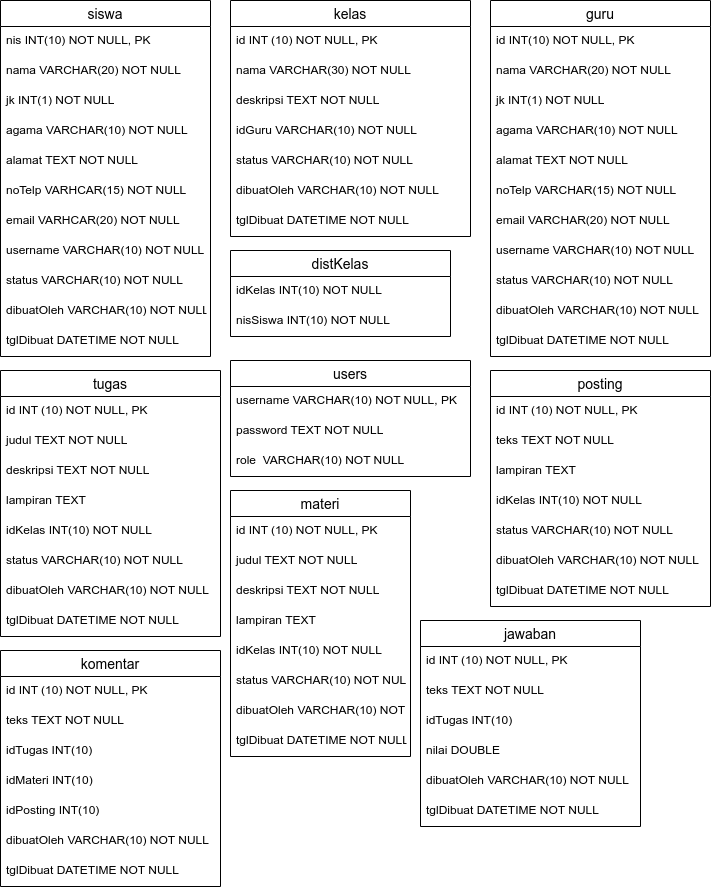
This is images/image6.png from versimalik/tutorialProjectSekolah, a draw.io export, as it was before one commit. Source tidied: cells renumbered, new cells last; positions are measured from the earlier drawing's top-left corner, leaving out a move shared by most shapes.
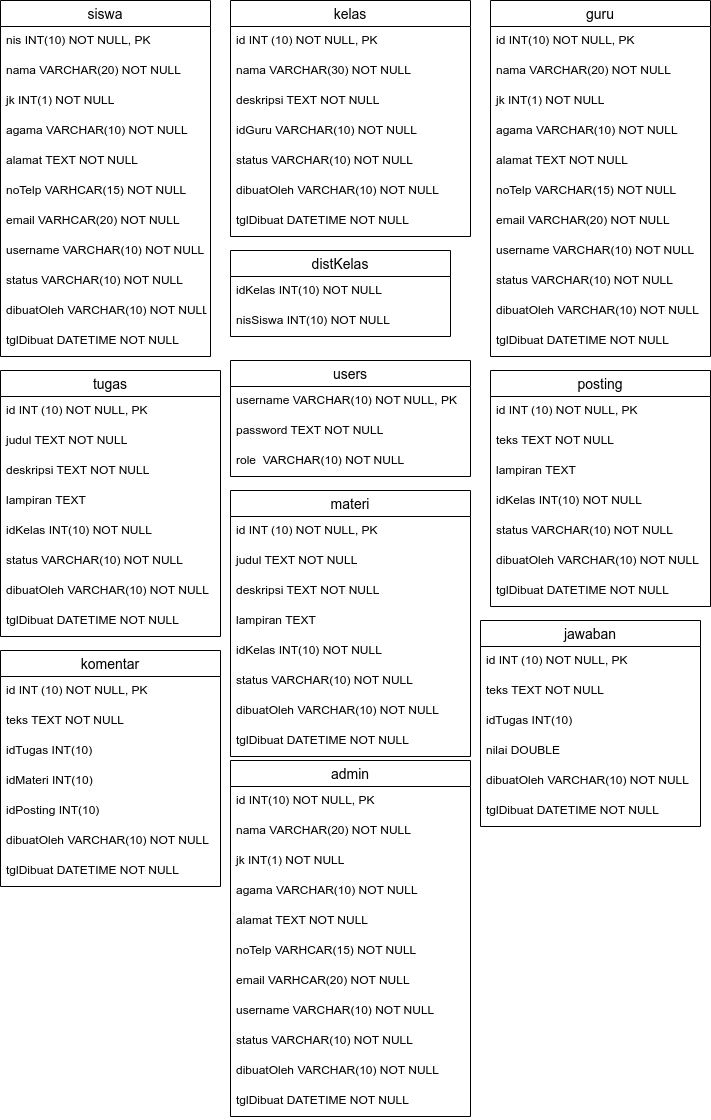
The same file after the commit.

Diff of the diagram source:
```diff
@@ -195,7 +195,7 @@
       <mxGeometry y="206" width="220" height="30" as="geometry" />
     </mxCell>
     <mxCell id="66" value="jawaban" style="swimlane;fontStyle=0;horizontal=1;startSize=26;align=center;fontSize=14;" parent="1" vertex="1">
-      <mxGeometry x="420" y="620" width="220" height="206" as="geometry" />
+      <mxGeometry x="480" y="620" width="220" height="206" as="geometry" />
     </mxCell>
     <mxCell id="67" value="id INT (10) NOT NULL, PK" style="text;strokeColor=none;fillColor=none;spacingLeft=4;spacingRight=4;overflow=hidden;fontSize=12;" parent="66" vertex="1">
       <mxGeometry y="26" width="220" height="30" as="geometry" />
@@ -216,31 +216,67 @@
       <mxGeometry y="176" width="220" height="30" as="geometry" />
     </mxCell>
     <mxCell id="73" value="materi" style="swimlane;fontStyle=0;horizontal=1;startSize=26;align=center;fontSize=14;" parent="1" vertex="1">
-      <mxGeometry x="230" y="490" width="180" height="266" as="geometry" />
+      <mxGeometry x="230" y="490" width="240" height="266" as="geometry" />
     </mxCell>
     <mxCell id="74" value="id INT (10) NOT NULL, PK" style="text;strokeColor=none;fillColor=none;spacingLeft=4;spacingRight=4;overflow=hidden;fontSize=12;" parent="73" vertex="1">
-      <mxGeometry y="26" width="180" height="30" as="geometry" />
+      <mxGeometry y="26" width="240" height="30" as="geometry" />
     </mxCell>
     <mxCell id="75" value="judul TEXT NOT NULL" style="text;strokeColor=none;fillColor=none;spacingLeft=4;spacingRight=4;overflow=hidden;fontSize=12;" parent="73" vertex="1">
-      <mxGeometry y="56" width="180" height="30" as="geometry" />
+      <mxGeometry y="56" width="240" height="30" as="geometry" />
     </mxCell>
     <mxCell id="76" value="deskripsi TEXT NOT NULL" style="text;strokeColor=none;fillColor=none;spacingLeft=4;spacingRight=4;overflow=hidden;fontSize=12;" parent="73" vertex="1">
-      <mxGeometry y="86" width="180" height="30" as="geometry" />
+      <mxGeometry y="86" width="240" height="30" as="geometry" />
     </mxCell>
     <mxCell id="77" value="lampiran TEXT" style="text;strokeColor=none;fillColor=none;spacingLeft=4;spacingRight=4;overflow=hidden;fontSize=12;" parent="73" vertex="1">
-      <mxGeometry y="116" width="180" height="30" as="geometry" />
+      <mxGeometry y="116" width="240" height="30" as="geometry" />
     </mxCell>
     <mxCell id="78" value="idKelas INT(10) NOT NULL" style="text;strokeColor=none;fillColor=none;spacingLeft=4;spacingRight=4;overflow=hidden;fontSize=12;" parent="73" vertex="1">
-      <mxGeometry y="146" width="180" height="30" as="geometry" />
+      <mxGeometry y="146" width="240" height="30" as="geometry" />
     </mxCell>
     <mxCell id="79" value="status VARCHAR(10) NOT NULL" style="text;strokeColor=none;fillColor=none;spacingLeft=4;spacingRight=4;overflow=hidden;fontSize=12;" parent="73" vertex="1">
-      <mxGeometry y="176" width="180" height="30" as="geometry" />
+      <mxGeometry y="176" width="240" height="30" as="geometry" />
     </mxCell>
     <mxCell id="80" value="dibuatOleh VARCHAR(10) NOT NULL" style="text;strokeColor=none;fillColor=none;spacingLeft=4;spacingRight=4;overflow=hidden;fontSize=12;" parent="73" vertex="1">
-      <mxGeometry y="206" width="180" height="30" as="geometry" />
+      <mxGeometry y="206" width="240" height="30" as="geometry" />
     </mxCell>
     <mxCell id="81" value="tglDibuat DATETIME NOT NULL" style="text;strokeColor=none;fillColor=none;spacingLeft=4;spacingRight=4;overflow=hidden;fontSize=12;" parent="73" vertex="1">
-      <mxGeometry y="236" width="180" height="30" as="geometry" />
+      <mxGeometry y="236" width="240" height="30" as="geometry" />
     </mxCell>
+    <mxCell id="82" value="admin" style="swimlane;fontStyle=0;horizontal=1;startSize=26;align=center;fontSize=14;" parent="1" vertex="1">
+      <mxGeometry x="230" y="760" width="240" height="356" as="geometry" />
+    </mxCell>
+    <mxCell id="83" value="id INT(10) NOT NULL, PK" style="text;strokeColor=none;fillColor=none;spacingLeft=4;spacingRight=4;overflow=hidden;fontSize=12;" parent="82" vertex="1">
+      <mxGeometry y="26" width="240" height="30" as="geometry" />
+    </mxCell>
+    <mxCell id="84" value="nama VARCHAR(20) NOT NULL" style="text;strokeColor=none;fillColor=none;spacingLeft=4;spacingRight=4;overflow=hidden;fontSize=12;" parent="82" vertex="1">
+      <mxGeometry y="56" width="240" height="30" as="geometry" />
+    </mxCell>
+    <mxCell id="85" value="jk INT(1) NOT NULL" style="text;strokeColor=none;fillColor=none;spacingLeft=4;spacingRight=4;overflow=hidden;fontSize=12;" parent="82" vertex="1">
+      <mxGeometry y="86" width="240" height="30" as="geometry" />
+    </mxCell>
+    <mxCell id="86" value="agama VARCHAR(10) NOT NULL" style="text;strokeColor=none;fillColor=none;spacingLeft=4;spacingRight=4;overflow=hidden;fontSize=12;" parent="82" vertex="1">
+      <mxGeometry y="116" width="240" height="30" as="geometry" />
+    </mxCell>
+    <mxCell id="87" value="alamat TEXT NOT NULL" style="text;strokeColor=none;fillColor=none;spacingLeft=4;spacingRight=4;overflow=hidden;fontSize=12;" parent="82" vertex="1">
+      <mxGeometry y="146" width="240" height="30" as="geometry" />
+    </mxCell>
+    <mxCell id="88" value="noTelp VARHCAR(15) NOT NULL" style="text;strokeColor=none;fillColor=none;spacingLeft=4;spacingRight=4;overflow=hidden;fontSize=12;" parent="82" vertex="1">
+      <mxGeometry y="176" width="240" height="30" as="geometry" />
+    </mxCell>
+    <mxCell id="89" value="email VARHCAR(20) NOT NULL" style="text;strokeColor=none;fillColor=none;spacingLeft=4;spacingRight=4;overflow=hidden;fontSize=12;" parent="82" vertex="1">
+      <mxGeometry y="206" width="240" height="30" as="geometry" />
+    </mxCell>
+    <mxCell id="90" value="username VARCHAR(10) NOT NULL" style="text;strokeColor=none;fillColor=none;spacingLeft=4;spacingRight=4;overflow=hidden;fontSize=12;" parent="82" vertex="1">
+      <mxGeometry y="236" width="240" height="30" as="geometry" />
+    </mxCell>
+    <mxCell id="91" value="status VARCHAR(10) NOT NULL" style="text;strokeColor=none;fillColor=none;spacingLeft=4;spacingRight=4;overflow=hidden;fontSize=12;" parent="82" vertex="1">
+      <mxGeometry y="266" width="240" height="30" as="geometry" />
+    </mxCell>
+    <mxCell id="92" value="dibuatOleh VARCHAR(10) NOT NULL" style="text;strokeColor=none;fillColor=none;spacingLeft=4;spacingRight=4;overflow=hidden;fontSize=12;" parent="82" vertex="1">
+      <mxGeometry y="296" width="240" height="30" as="geometry" />
+    </mxCell>
+    <mxCell id="93" value="tglDibuat DATETIME NOT NULL" style="text;strokeColor=none;fillColor=none;spacingLeft=4;spacingRight=4;overflow=hidden;fontSize=12;" parent="82" vertex="1">
+      <mxGeometry y="326" width="240" height="30" as="geometry" />
+    </mxCell>
   </root>
 </mxGraphModel>
```
